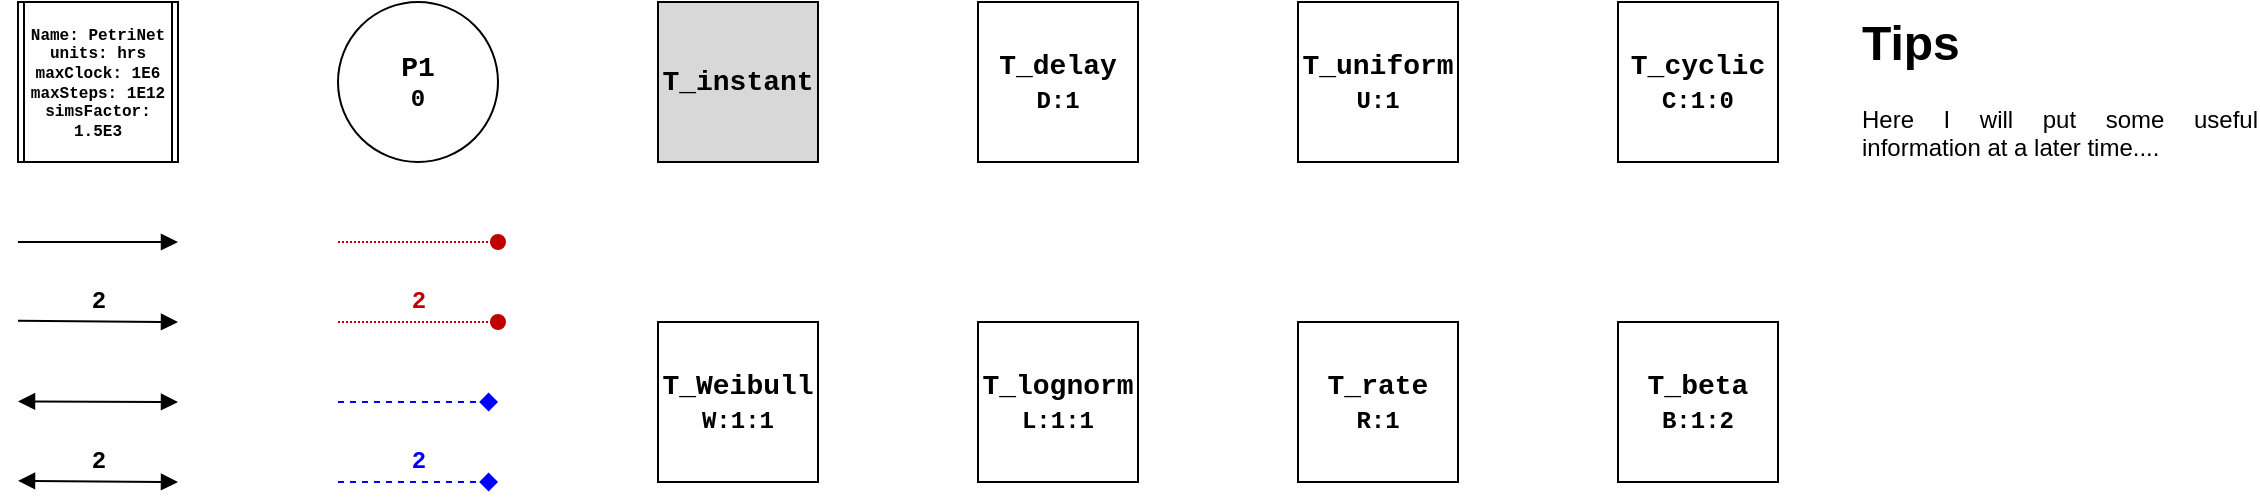
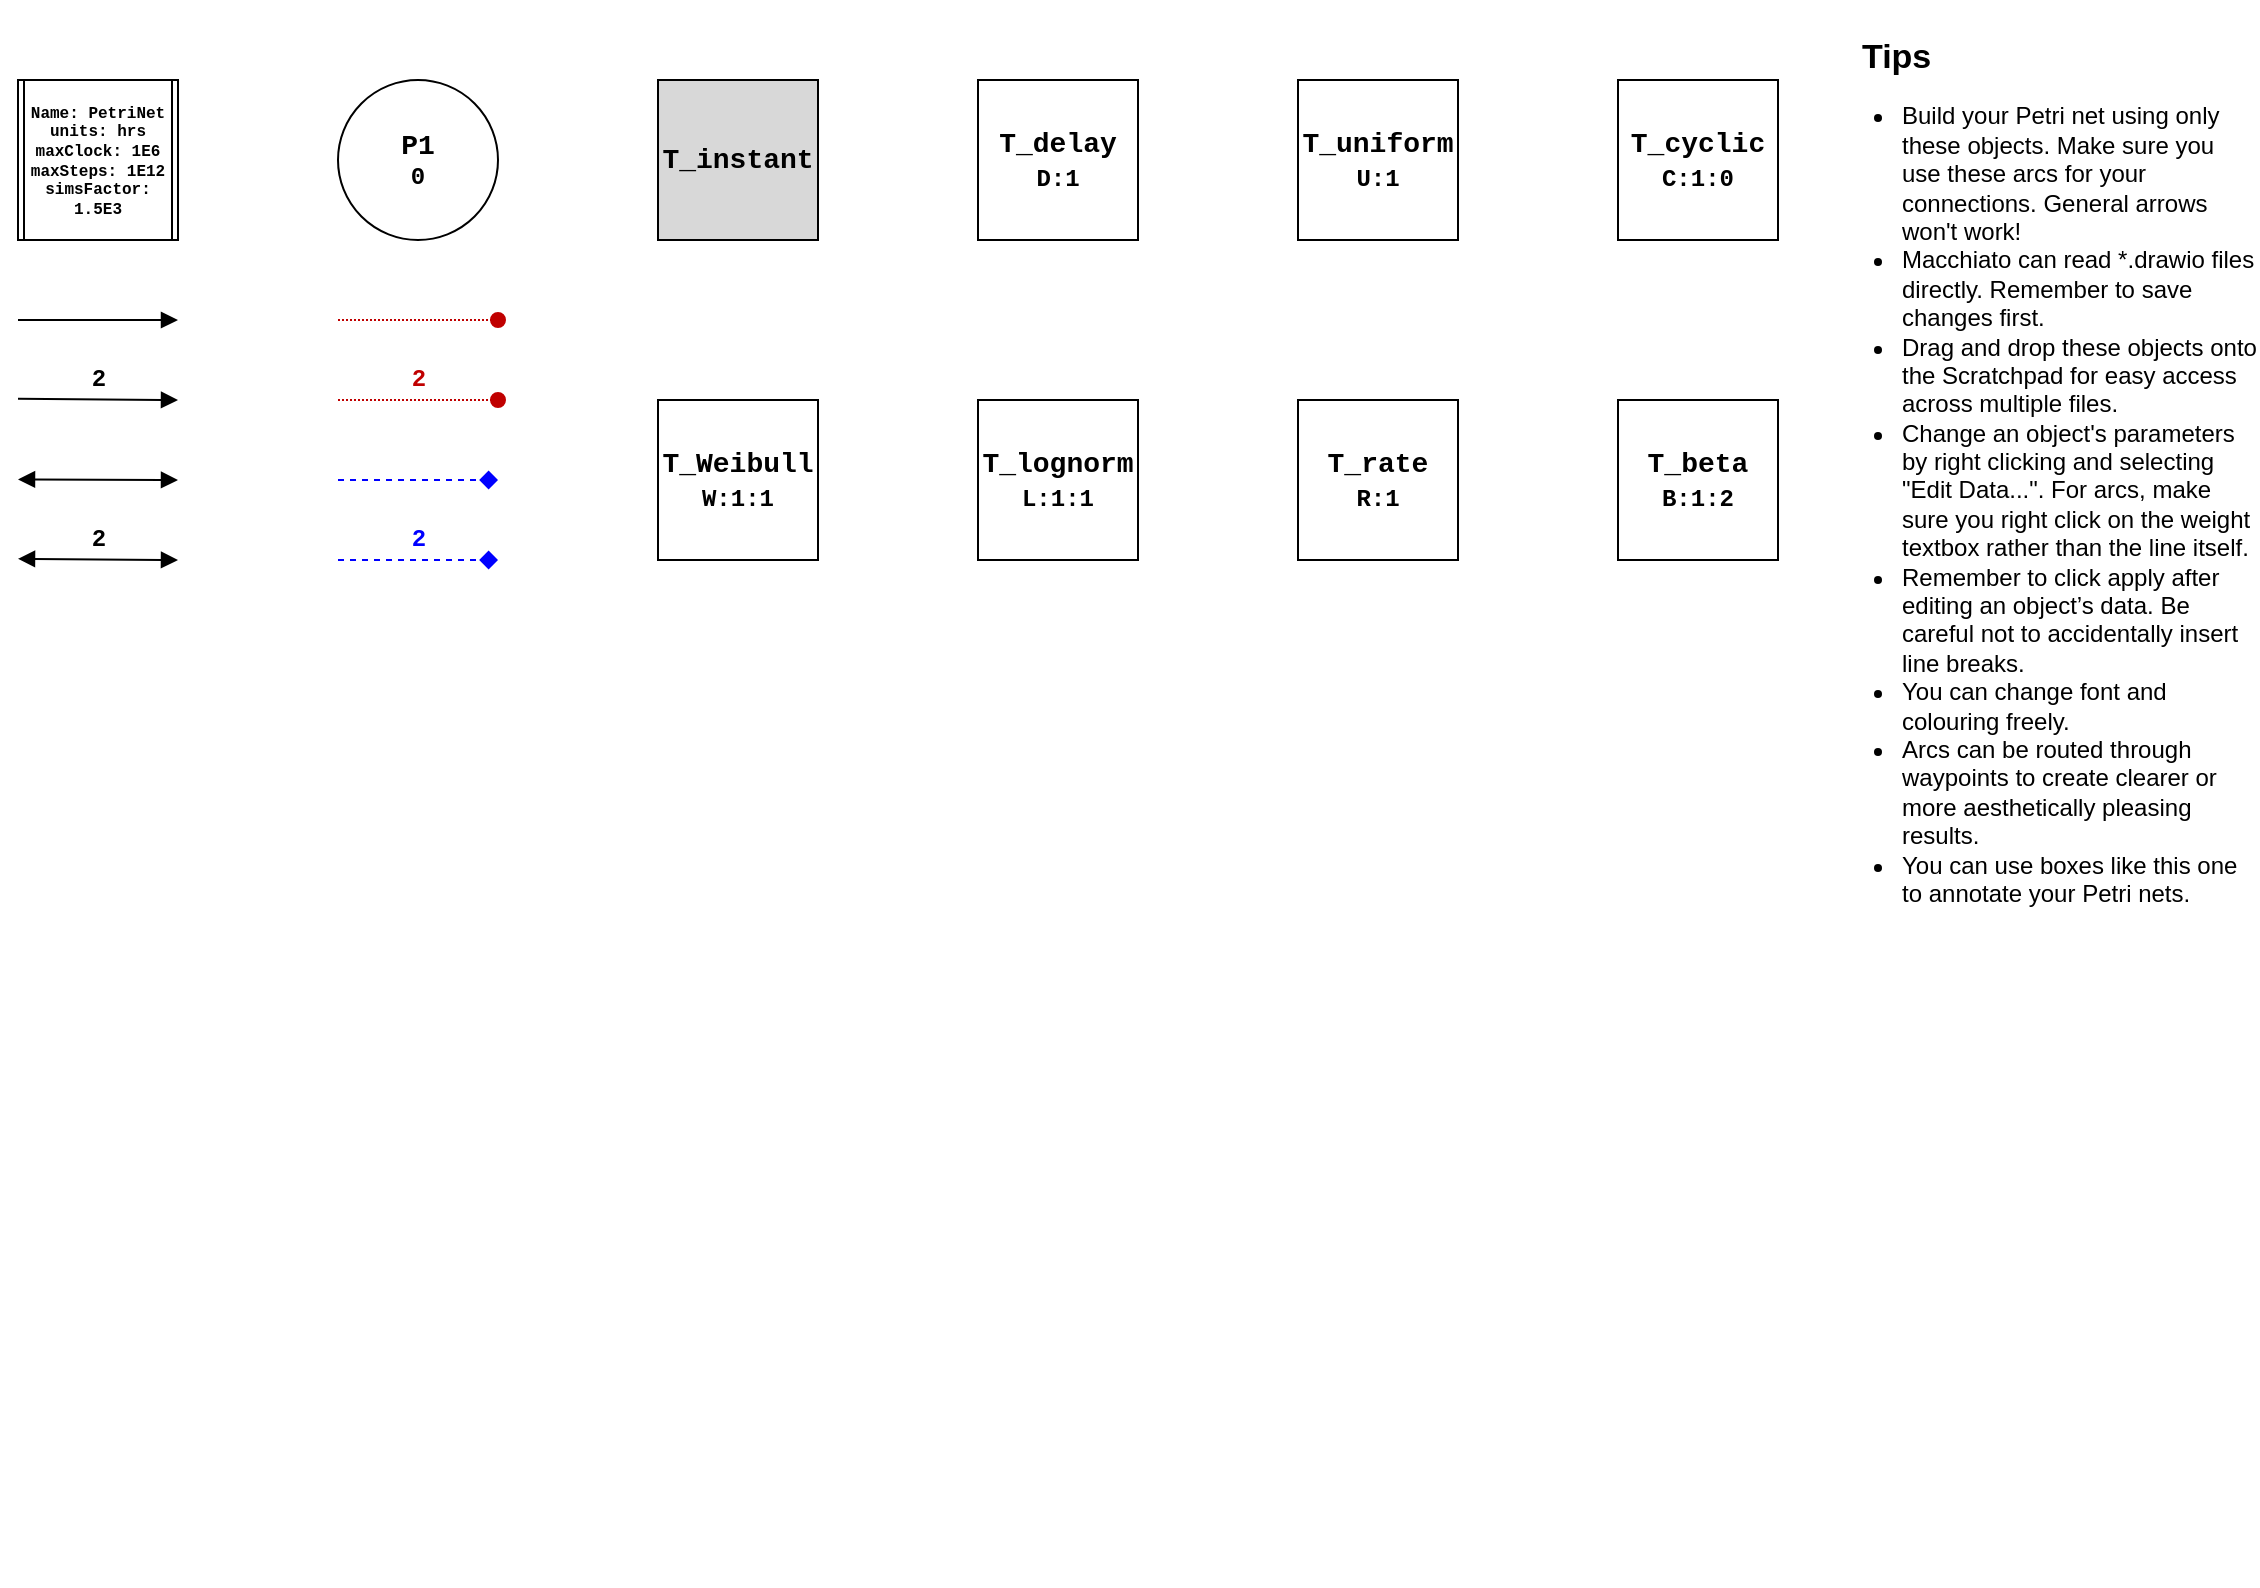
- <mxfile host="Electron" agent="Mozilla/5.0 (X11; Linux x86_64) AppleWebKit/537.36 (KHTML, like Gecko) draw.io/29.6.6 Chrome/144.0.7559.236 Electron/40.8.4 Safari/537.36">
+ <mxfile host="Electron" agent="Mozilla/5.0 (X11; Linux x86_64) AppleWebKit/537.36 (KHTML, like Gecko) draw.io/29.6.6 Chrome/144.0.7559.236 Electron/40.8.4 Safari/537.36" version="29.6.6">
  <diagram name="Page-1" id="w09R0wPlkSaECLNgurl3">
-     <mxGraphModel dx="1144" dy="696" grid="1" gridSize="10" guides="1" tooltips="1" connect="1" arrows="1" fold="1" page="1" pageScale="1" pageWidth="1169" pageHeight="827" math="0" shadow="0">
+     <mxGraphModel dx="2066" dy="1208" grid="1" gridSize="10" guides="1" tooltips="1" connect="1" arrows="1" fold="1" page="1" pageScale="1" pageWidth="1169" pageHeight="827" math="0" shadow="0">
      <root>
        <mxCell id="0" />
        <mxCell id="1" parent="0" />
        <object label="&lt;span style=&quot;background-color: light-dark(#ffffff, var(--ge-dark-color, #121212));&quot;&gt;&lt;font style=&quot;font-size: 14px;&quot;&gt;%name%&lt;/font&gt;&lt;/span&gt;&lt;div&gt;%tokens%&lt;/div&gt;" placeholders="1" type="place" name="P1" tokens="0" min="None" max="None" limits="None" id="AhunuUh0luzD3hoNHjrG-19">
          <mxCell parent="1" style="ellipse;whiteSpace=wrap;html=1;aspect=fixed;fontFamily=Courier New;fontStyle=1" vertex="1">
            <mxGeometry height="80" width="80" x="200" y="40" as="geometry" />
          </mxCell>
        </object>
        <object label="%name%" placeholders="1" type="transition" name="T_instant" maxFire="" reset="" vote="" id="AhunuUh0luzD3hoNHjrG-21">
          <mxCell parent="1" style="whiteSpace=wrap;html=1;aspect=fixed;fontFamily=Courier New;fontStyle=1;fontSize=14;fillColor=#D8D8D8;" vertex="1">
            <mxGeometry height="80" width="80" x="360" y="40" as="geometry" />
          </mxCell>
        </object>
        <object label="%name%&lt;div&gt;&lt;font style=&quot;font-size: 12px;&quot;&gt;W:%weibull%&lt;/font&gt;&lt;/div&gt;" placeholders="1" type="transition" name="T_Weibull" maxFire="" reset="" weibull="1:1" vote="" id="AhunuUh0luzD3hoNHjrG-23">
          <mxCell parent="1" style="whiteSpace=wrap;html=1;aspect=fixed;fontFamily=Courier New;fontStyle=1;fontSize=14;" vertex="1">
            <mxGeometry height="80" width="80" x="360" y="200" as="geometry" />
          </mxCell>
        </object>
        <object label="%name%&lt;div&gt;&lt;font style=&quot;font-size: 12px;&quot;&gt;L:%lognorm%&lt;/font&gt;&lt;/div&gt;" placeholders="1" type="transition" name="T_lognorm" maxFire="" reset="" lognorm="1:1" vote="" id="AhunuUh0luzD3hoNHjrG-24">
          <mxCell parent="1" style="whiteSpace=wrap;html=1;aspect=fixed;fontFamily=Courier New;fontStyle=1;fontSize=14;" vertex="1">
            <mxGeometry height="80" width="80" x="520" y="200" as="geometry" />
          </mxCell>
        </object>
        <object label="%name%&lt;div&gt;&lt;font style=&quot;font-size: 12px;&quot;&gt;U:%uniform%&lt;/font&gt;&lt;/div&gt;" placeholders="1" type="transition" name="T_uniform" maxFire="" reset="" uniform="1" vote="" id="AhunuUh0luzD3hoNHjrG-25">
          <mxCell parent="1" style="whiteSpace=wrap;html=1;aspect=fixed;fontFamily=Courier New;fontStyle=1;fontSize=14;" vertex="1">
            <mxGeometry height="80" width="80" x="680" y="40" as="geometry" />
          </mxCell>
        </object>
        <object label="%name%&lt;div&gt;&lt;font style=&quot;font-size: 12px;&quot;&gt;D:%delay%&lt;/font&gt;&lt;/div&gt;" placeholders="1" type="transition" name="T_delay" maxFire="" reset="" delay="1" vote="" id="AhunuUh0luzD3hoNHjrG-26">
          <mxCell parent="1" style="whiteSpace=wrap;html=1;aspect=fixed;fontFamily=Courier New;fontStyle=1;fontSize=14;" vertex="1">
            <mxGeometry height="80" width="80" x="520" y="40" as="geometry" />
          </mxCell>
        </object>
        <object label="%name%&lt;div&gt;&lt;font style=&quot;font-size: 12px;&quot;&gt;R:%rate%&lt;/font&gt;&lt;/div&gt;" placeholders="1" type="transition" name="T_rate" maxFire="" reset="" rate="1" vote="" id="AhunuUh0luzD3hoNHjrG-27">
          <mxCell parent="1" style="whiteSpace=wrap;html=1;aspect=fixed;fontFamily=Courier New;fontStyle=1;fontSize=14;" vertex="1">
            <mxGeometry height="80" width="80" x="680" y="200" as="geometry" />
          </mxCell>
        </object>
        <object label="%name%&lt;div&gt;&lt;font style=&quot;font-size: 12px;&quot;&gt;B:%beta%&lt;/font&gt;&lt;/div&gt;" placeholders="1" type="transition" name="T_beta" maxFire="" reset="" beta="1:2" vote="" id="AhunuUh0luzD3hoNHjrG-28">
          <mxCell parent="1" style="whiteSpace=wrap;html=1;aspect=fixed;fontFamily=Courier New;fontStyle=1;fontSize=14;" vertex="1">
            <mxGeometry height="80" width="80" x="840" y="200" as="geometry" />
          </mxCell>
        </object>
        <object label="%name%&lt;div&gt;&lt;font style=&quot;font-size: 12px;&quot;&gt;C:%cyclic%&lt;/font&gt;&lt;/div&gt;" placeholders="1" type="transition" name="T_cyclic" maxFire="" reset="" cyclic="1:0" vote="" id="AhunuUh0luzD3hoNHjrG-29">
          <mxCell parent="1" style="whiteSpace=wrap;html=1;aspect=fixed;fontFamily=Courier New;fontStyle=1;fontSize=14;" vertex="1">
            <mxGeometry height="80" width="80" x="840" y="40" as="geometry" />
          </mxCell>
        </object>
        <object label="" placeholders="1" type="std" id="AhunuUh0luzD3hoNHjrG-30">
          <mxCell edge="1" parent="1" style="endArrow=block;html=1;rounded=0;fontFamily=Courier New;fontStyle=1;fontSize=12;endFill=1;">
            <mxGeometry relative="1" as="geometry">
              <mxPoint x="40" y="199.43" as="sourcePoint" />
              <mxPoint x="120" y="200" as="targetPoint" />
            </mxGeometry>
          </mxCell>
        </object>
        <object label="%weight%" placeholders="1" weight="2" id="AhunuUh0luzD3hoNHjrG-31">
          <mxCell connectable="0" parent="AhunuUh0luzD3hoNHjrG-30" style="edgeLabel;resizable=0;html=1;;align=center;verticalAlign=middle;labelBackgroundColor=none;fontFamily=Courier New;fontStyle=1;fontSize=12;" vertex="1">
            <mxGeometry relative="1" as="geometry">
              <mxPoint y="-10" as="offset" />
            </mxGeometry>
          </mxCell>
        </object>
        <object label="" placeholders="1" type="tst" id="AhunuUh0luzD3hoNHjrG-36">
          <mxCell edge="1" parent="1" style="endArrow=block;html=1;rounded=0;fontFamily=Courier New;fontStyle=1;fontSize=12;endFill=1;startArrow=block;startFill=1;">
            <mxGeometry relative="1" as="geometry">
              <mxPoint x="40" y="239.71" as="sourcePoint" />
              <mxPoint x="120" y="240" as="targetPoint" />
            </mxGeometry>
          </mxCell>
        </object>
        <object label="%weight%" placeholders="1" weight="" id="AhunuUh0luzD3hoNHjrG-37">
          <mxCell connectable="0" parent="AhunuUh0luzD3hoNHjrG-36" style="edgeLabel;resizable=0;html=1;;align=center;verticalAlign=middle;labelBackgroundColor=none;fontFamily=Courier New;fontStyle=1;fontSize=12;" vertex="1">
            <mxGeometry relative="1" as="geometry">
              <mxPoint y="-10" as="offset" />
            </mxGeometry>
          </mxCell>
        </object>
        <object label="" placeholders="1" type="std" id="AhunuUh0luzD3hoNHjrG-38">
          <mxCell edge="1" parent="1" style="endArrow=block;html=1;rounded=0;fontFamily=Courier New;fontStyle=1;fontSize=12;endFill=1;">
            <mxGeometry relative="1" as="geometry">
              <mxPoint x="40" y="160" as="sourcePoint" />
              <mxPoint x="120" y="160" as="targetPoint" />
            </mxGeometry>
          </mxCell>
        </object>
        <object label="%weight%" placeholders="1" weight="" id="AhunuUh0luzD3hoNHjrG-39">
          <mxCell connectable="0" parent="AhunuUh0luzD3hoNHjrG-38" style="edgeLabel;resizable=0;html=1;;align=center;verticalAlign=middle;labelBackgroundColor=none;fontFamily=Courier New;fontStyle=1;fontSize=12;" vertex="1">
            <mxGeometry relative="1" as="geometry">
              <mxPoint y="-10" as="offset" />
            </mxGeometry>
          </mxCell>
        </object>
        <object label="" placeholders="1" type="tst" id="AhunuUh0luzD3hoNHjrG-40">
          <mxCell edge="1" parent="1" style="endArrow=block;html=1;rounded=0;fontFamily=Courier New;fontStyle=1;fontSize=12;endFill=1;startArrow=block;startFill=1;">
            <mxGeometry relative="1" as="geometry">
              <mxPoint x="40" y="279.43" as="sourcePoint" />
              <mxPoint x="120" y="280" as="targetPoint" />
            </mxGeometry>
          </mxCell>
        </object>
        <object label="%weight%" placeholders="1" weight="2" id="AhunuUh0luzD3hoNHjrG-41">
          <mxCell connectable="0" parent="AhunuUh0luzD3hoNHjrG-40" style="edgeLabel;resizable=0;html=1;;align=center;verticalAlign=middle;labelBackgroundColor=none;fontFamily=Courier New;fontStyle=1;fontSize=12;" vertex="1">
            <mxGeometry relative="1" as="geometry">
              <mxPoint y="-10" as="offset" />
            </mxGeometry>
          </mxCell>
        </object>
        <object label="" placeholders="1" type="inh" id="AhunuUh0luzD3hoNHjrG-44">
          <mxCell edge="1" parent="1" style="endArrow=oval;html=1;rounded=0;fontFamily=Courier New;fontStyle=1;fontSize=12;endFill=1;strokeColor=#C00000;fontColor=#C00000;endSize=7;dashed=1;dashPattern=1 1;">
            <mxGeometry relative="1" as="geometry">
              <mxPoint x="200" y="200" as="sourcePoint" />
              <mxPoint x="280" y="200" as="targetPoint" />
            </mxGeometry>
          </mxCell>
        </object>
        <object label="%weight%" placeholders="1" weight="2" id="AhunuUh0luzD3hoNHjrG-45">
          <mxCell connectable="0" parent="AhunuUh0luzD3hoNHjrG-44" style="edgeLabel;resizable=0;html=1;;align=center;verticalAlign=middle;labelBackgroundColor=none;fontFamily=Courier New;fontStyle=1;fontSize=12;fontColor=#C00000;" vertex="1">
            <mxGeometry relative="1" as="geometry">
              <mxPoint y="-10" as="offset" />
            </mxGeometry>
          </mxCell>
        </object>
        <object label="" placeholders="1" type="inh" id="AhunuUh0luzD3hoNHjrG-46">
          <mxCell edge="1" parent="1" style="endArrow=oval;html=1;rounded=0;fontFamily=Courier New;fontStyle=1;fontSize=12;endFill=1;strokeColor=#C00000;fontColor=#C00000;endSize=7;dashed=1;dashPattern=1 1;">
            <mxGeometry relative="1" as="geometry">
              <mxPoint x="200" y="160" as="sourcePoint" />
              <mxPoint x="280" y="160" as="targetPoint" />
            </mxGeometry>
          </mxCell>
        </object>
        <object label="%weight%" placeholders="1" weight="" id="AhunuUh0luzD3hoNHjrG-47">
          <mxCell connectable="0" parent="AhunuUh0luzD3hoNHjrG-46" style="edgeLabel;resizable=0;html=1;;align=center;verticalAlign=middle;labelBackgroundColor=none;fontFamily=Courier New;fontStyle=1;fontSize=12;fontColor=#C00000;" vertex="1">
            <mxGeometry relative="1" as="geometry">
              <mxPoint y="-10" as="offset" />
            </mxGeometry>
          </mxCell>
        </object>
        <object label="" placeholders="1" type="pcn" id="AhunuUh0luzD3hoNHjrG-48">
          <mxCell edge="1" parent="1" style="endArrow=diamond;html=1;rounded=0;fontFamily=Courier New;fontStyle=1;fontSize=12;endFill=1;strokeColor=#0000FF;fontColor=#C00000;endSize=7;dashed=1;">
            <mxGeometry relative="1" as="geometry">
              <mxPoint x="200" y="280" as="sourcePoint" />
              <mxPoint x="280" y="280" as="targetPoint" />
            </mxGeometry>
          </mxCell>
        </object>
        <object label="%weight%" placeholders="1" weight="2" id="AhunuUh0luzD3hoNHjrG-49">
          <mxCell connectable="0" parent="AhunuUh0luzD3hoNHjrG-48" style="edgeLabel;resizable=0;html=1;;align=center;verticalAlign=middle;labelBackgroundColor=none;fontFamily=Courier New;fontStyle=1;fontSize=12;fontColor=#0000FF;" vertex="1">
            <mxGeometry relative="1" as="geometry">
              <mxPoint y="-10" as="offset" />
            </mxGeometry>
          </mxCell>
        </object>
        <object label="" placeholders="1" type="pcn" id="AhunuUh0luzD3hoNHjrG-52">
          <mxCell edge="1" parent="1" style="endArrow=diamond;html=1;rounded=0;fontFamily=Courier New;fontStyle=1;fontSize=12;endFill=1;strokeColor=#0000FF;fontColor=#C00000;endSize=7;dashed=1;targetPerimeterSpacing=0;strokeWidth=1;">
            <mxGeometry relative="1" as="geometry">
              <mxPoint x="200" y="240" as="sourcePoint" />
              <mxPoint x="280" y="240" as="targetPoint" />
            </mxGeometry>
          </mxCell>
        </object>
        <object label="%weight%" placeholders="1" weight="" id="AhunuUh0luzD3hoNHjrG-53">
          <mxCell connectable="0" parent="AhunuUh0luzD3hoNHjrG-52" style="edgeLabel;resizable=0;html=1;;align=center;verticalAlign=middle;labelBackgroundColor=none;fontFamily=Courier New;fontStyle=1;fontSize=12;fontColor=#0000FF;" vertex="1">
            <mxGeometry relative="1" as="geometry">
              <mxPoint y="-10" as="offset" />
            </mxGeometry>
          </mxCell>
        </object>
        <object label="&lt;font&gt;&lt;b style=&quot;&quot;&gt;Name: %name%&lt;/b&gt;&lt;/font&gt;&lt;div&gt;&lt;b style=&quot;background-color: transparent; color: light-dark(rgb(0, 0, 0), rgb(255, 255, 255));&quot;&gt;units: %units%&lt;/b&gt;&lt;/div&gt;&lt;div&gt;&lt;b style=&quot;background-color: transparent; color: light-dark(rgb(0, 0, 0), rgb(255, 255, 255));&quot;&gt;maxClock: %maxClock%&lt;/b&gt;&lt;/div&gt;&lt;div&gt;&lt;b style=&quot;color: light-dark(rgb(0, 0, 0), rgb(255, 255, 255)); background-color: transparent;&quot;&gt;maxSteps: %maxSteps%&lt;/b&gt;&lt;/div&gt;&lt;div&gt;&lt;b style=&quot;color: light-dark(rgb(0, 0, 0), rgb(255, 255, 255)); background-color: transparent;&quot;&gt;simsFactor: %simsFactor%&lt;/b&gt;&lt;/div&gt;" type="properties" name="PetriNet" units="hrs" maxClock="1E6" maxSteps="1E12" simsFactor="1.5E3" placeholders="1" id="AhunuUh0luzD3hoNHjrG-54">
          <mxCell parent="1" style="shape=process;html=1;backgroundOutline=1;fontFamily=Courier New;autosizeText=1;fontSize=8;whiteSpace=wrap;size=0.03810492621527759;" vertex="1">
            <mxGeometry height="80" width="80" x="40" y="40" as="geometry" />
          </mxCell>
        </object>
-         <mxCell id="AhunuUh0luzD3hoNHjrG-55" parent="1" style="text;html=1;whiteSpace=wrap;overflow=hidden;rounded=0;" value="&lt;h1 style=&quot;margin-top: 0px;&quot;&gt;Tips&lt;/h1&gt;&lt;p style=&quot;text-align: justify;&quot;&gt;Here I will put some useful information at a later time....&lt;/p&gt;" vertex="1">
-           <mxGeometry height="240" width="200" x="960" y="40" as="geometry" />
+         <mxCell id="AhunuUh0luzD3hoNHjrG-55" parent="1" style="text;html=1;whiteSpace=wrap;overflow=hidden;rounded=0;" value="&lt;p style=&quot;text-align: justify;&quot;&gt;&lt;/p&gt;&lt;div&gt;&lt;b&gt;&lt;font style=&quot;font-size: 17px;&quot;&gt;Tips&lt;/font&gt;&lt;/b&gt;&lt;/div&gt;&lt;ul style=&quot;padding-left: 20px; padding-bottom: 0px;&quot;&gt;&lt;li&gt;Build your Petri net using only these objects. Make sure you use these arcs for your connections. General arrows won&#39;t work!&lt;/li&gt;&lt;li&gt;Macchiato can read *.drawio files directly. Remember to save changes first.&lt;/li&gt;&lt;li&gt;Drag and drop these objects onto the Scratchpad for easy access across multiple files.&lt;/li&gt;&lt;li&gt;Change an object&#39;s parameters by right clicking and selecting &quot;Edit Data...&quot;. For arcs, make sure you right click on the weight textbox rather than the line itself.&lt;/li&gt;&lt;li&gt;Remember to click apply after editing an object’s data. Be careful not to accidentally insert line breaks.&lt;/li&gt;&lt;li&gt;You can change font and colouring freely.&lt;/li&gt;&lt;li&gt;Arcs can be routed through waypoints to create clearer or more aesthetically pleasing results.&lt;/li&gt;&lt;li&gt;You can use boxes like this one to annotate your Petri nets.&lt;/li&gt;&lt;/ul&gt;" vertex="1">
+           <mxGeometry height="790" width="200" x="960" as="geometry" />
        </mxCell>
      </root>
    </mxGraphModel>
  </diagram>
</mxfile>
